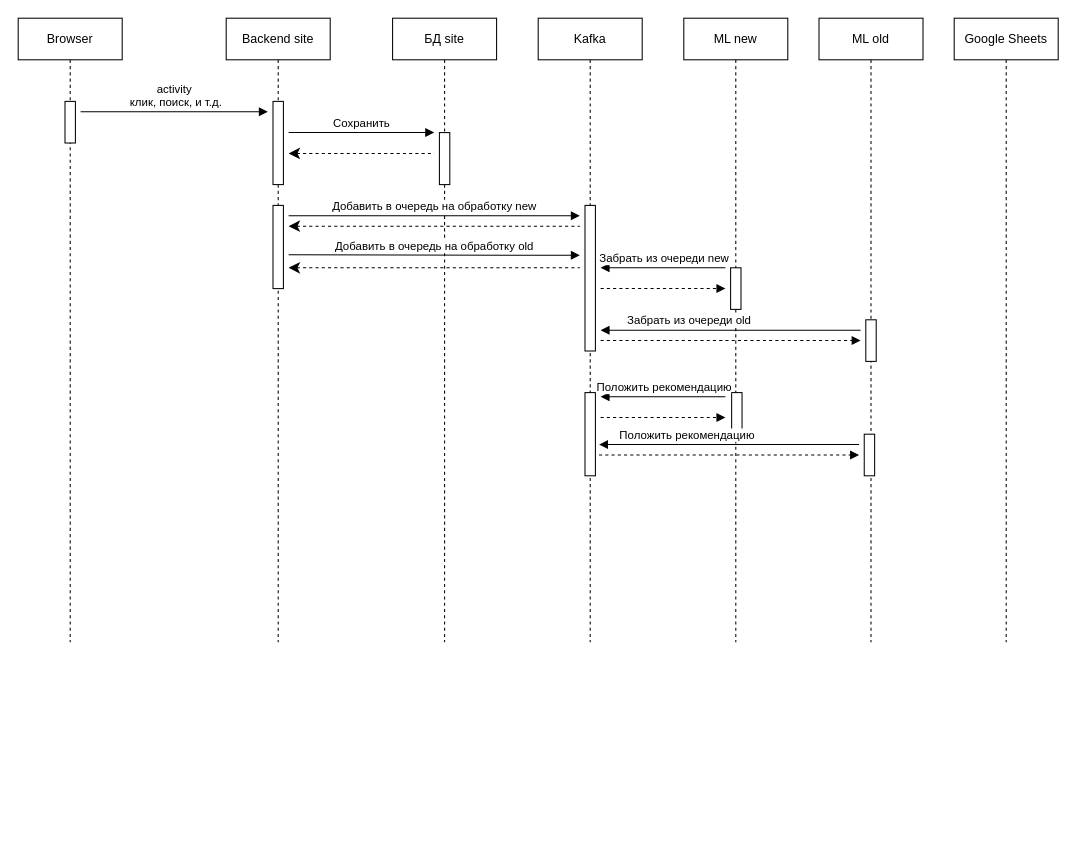
Earlier version of the draw.io diagram Диаграмма без названия.drawio (AleksandrChukhleb/test). Source tidied: cells renumbered, new cells numbered last; positions are measured from the earlier drawing's top-left corner, leaving out a move shared by most shapes. Both pictures are drawn from the tidied source at 104%, with x=0, y=0 at pixel (18, 18).
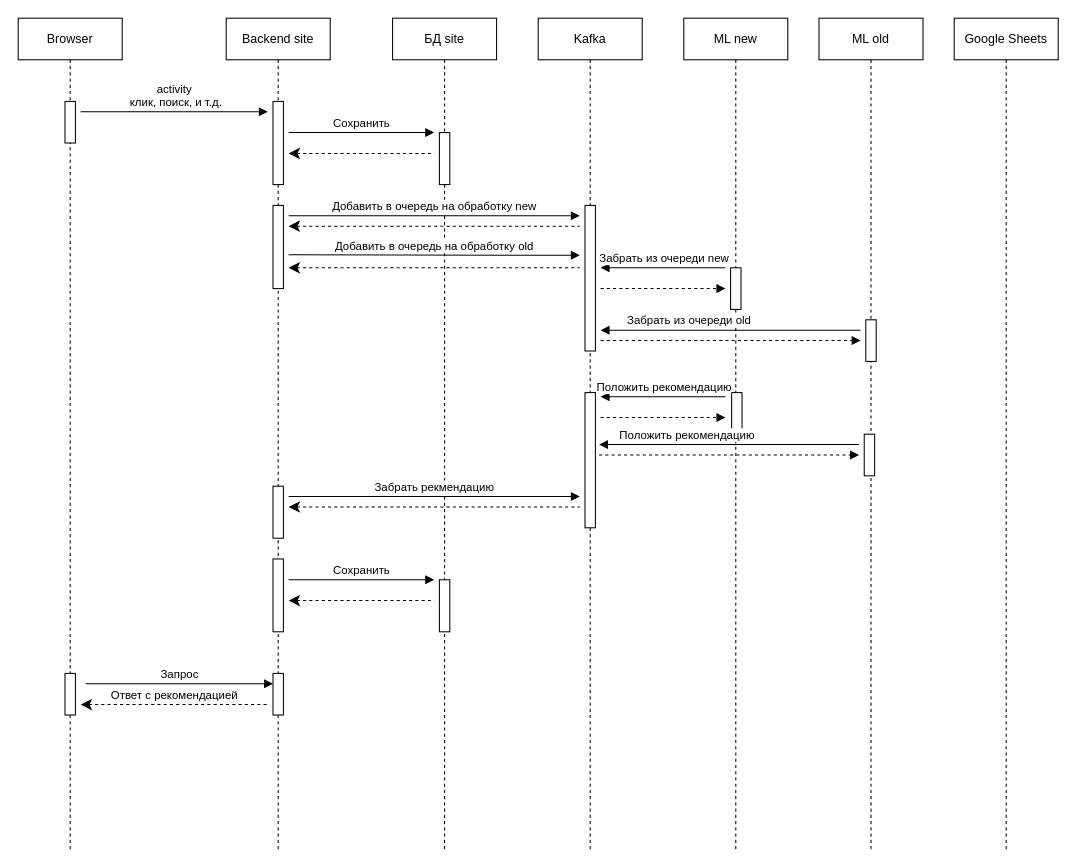
Above is the later version.

Diff of the diagram source:
```diff
@@
+    <mxCell id="11" value="БД site" style="shape=umlLifeline;perimeter=lifelinePerimeter;whiteSpace=wrap;html=1;newEdgeStyle={&quot;curved&quot;:0,&quot;rounded&quot;:0};" parent="1" vertex="1">
+      <mxGeometry x="360" width="100" height="800" as="geometry" />
+    </mxCell>
+    <mxCell id="12" style="html=1;perimeter=orthogonalPerimeter;targetShapes=umlLifeline;newEdgeStyle={&quot;curved&quot;:0,&quot;rounded&quot;:0};" parent="11" vertex="1">
+      <mxGeometry x="45" y="110" width="10" height="50" as="geometry" />
+    </mxCell>
     <mxCell id="2" value="ML old" style="shape=umlLifeline;perimeter=lifelinePerimeter;whiteSpace=wrap;html=1;newEdgeStyle={&quot;curved&quot;:0,&quot;rounded&quot;:0};" parent="1" vertex="1">
-      <mxGeometry x="770" width="100" height="600" as="geometry" />
+      <mxGeometry x="770" width="100" height="800" as="geometry" />
     </mxCell>
@@
     <mxCell id="4" value="Google Sheets" style="shape=umlLifeline;perimeter=lifelinePerimeter;whiteSpace=wrap;html=1;newEdgeStyle={&quot;curved&quot;:0,&quot;rounded&quot;:0};" parent="1" vertex="1">
-      <mxGeometry x="900" width="100" height="600" as="geometry" />
+      <mxGeometry x="900" width="100" height="800" as="geometry" />
     </mxCell>
     <mxCell id="5" value="Browser" style="shape=umlLifeline;perimeter=lifelinePerimeter;whiteSpace=wrap;html=1;newEdgeStyle={&quot;curved&quot;:0,&quot;rounded&quot;:0};" parent="1" vertex="1">
-      <mxGeometry width="100" height="600" as="geometry" />
+      <mxGeometry width="100" height="800" as="geometry" />
     </mxCell>
@@
+    <mxCell id="38" style="html=1;perimeter=orthogonalPerimeter;targetShapes=umlLifeline;newEdgeStyle={&quot;curved&quot;:0,&quot;rounded&quot;:0};" parent="5" vertex="1">
+      <mxGeometry x="45" y="630" width="10" height="40" as="geometry" />
+    </mxCell>
+    <mxCell id="39" value="Запрос" style="html=1;verticalAlign=bottom;startArrow=none;startFill=0;endArrow=block;startSize=8;curved=0;rounded=0;" parent="5" edge="1">
+      <mxGeometry relative="1" as="geometry">
+        <mxPoint x="65" y="640" as="sourcePoint" />
+        <mxPoint x="245" y="640" as="targetPoint" />
+      </mxGeometry>
+    </mxCell>
     <mxCell id="7" value="Backend site" style="shape=umlLifeline;perimeter=lifelinePerimeter;whiteSpace=wrap;html=1;newEdgeStyle={&quot;curved&quot;:0,&quot;rounded&quot;:0};" parent="1" vertex="1">
-      <mxGeometry x="200" width="100" height="600" as="geometry" />
+      <mxGeometry x="200" width="100" height="800" as="geometry" />
     </mxCell>
@@
+    <mxCell id="40" style="html=1;perimeter=orthogonalPerimeter;targetShapes=umlLifeline;newEdgeStyle={&quot;curved&quot;:0,&quot;rounded&quot;:0};" parent="7" vertex="1">
+      <mxGeometry x="45" y="450" width="10" height="50" as="geometry" />
+    </mxCell>
+    <mxCell id="41" value="Забрать рекмендацию" style="html=1;verticalAlign=bottom;startArrow=none;startFill=0;endArrow=block;startSize=8;curved=0;rounded=0;" parent="7" edge="1">
+      <mxGeometry relative="1" as="geometry">
+        <mxPoint x="60" y="460" as="sourcePoint" />
+        <mxPoint x="340" y="460" as="targetPoint" />
+      </mxGeometry>
+    </mxCell>
+    <mxCell id="42" style="html=1;verticalAlign=bottom;startArrow=classic;startFill=1;endArrow=none;startSize=8;curved=0;rounded=0;endFill=0;dashed=1;" parent="7" edge="1">
+      <mxGeometry relative="1" as="geometry">
+        <mxPoint x="60" y="470" as="sourcePoint" />
+        <mxPoint x="340" y="470" as="targetPoint" />
+      </mxGeometry>
+    </mxCell>
+    <mxCell id="43" style="html=1;perimeter=orthogonalPerimeter;targetShapes=umlLifeline;newEdgeStyle={&quot;curved&quot;:0,&quot;rounded&quot;:0};" parent="7" vertex="1">
+      <mxGeometry x="45" y="520" width="10" height="70" as="geometry" />
+    </mxCell>
+    <mxCell id="44" style="html=1;perimeter=orthogonalPerimeter;targetShapes=umlLifeline;newEdgeStyle={&quot;curved&quot;:0,&quot;rounded&quot;:0};" parent="7" vertex="1">
+      <mxGeometry x="205" y="540" width="10" height="50" as="geometry" />
+    </mxCell>
+    <mxCell id="45" value="Сохранить" style="html=1;verticalAlign=bottom;startArrow=none;startFill=0;endArrow=block;startSize=8;curved=0;rounded=0;" parent="7" edge="1">
+      <mxGeometry relative="1" as="geometry">
+        <mxPoint x="60" y="540" as="sourcePoint" />
+        <mxPoint x="200" y="540" as="targetPoint" />
+      </mxGeometry>
+    </mxCell>
+    <mxCell id="46" style="html=1;verticalAlign=bottom;startArrow=classic;startFill=1;endArrow=none;startSize=8;curved=0;rounded=0;endFill=0;dashed=1;" parent="7" edge="1">
+      <mxGeometry relative="1" as="geometry">
+        <mxPoint x="60" y="560" as="sourcePoint" />
+        <mxPoint x="200" y="560" as="targetPoint" />
+      </mxGeometry>
+    </mxCell>
+    <mxCell id="47" style="html=1;perimeter=orthogonalPerimeter;targetShapes=umlLifeline;newEdgeStyle={&quot;curved&quot;:0,&quot;rounded&quot;:0};" parent="7" vertex="1">
+      <mxGeometry x="45" y="630" width="10" height="40" as="geometry" />
+    </mxCell>
@@
-    <mxCell id="11" value="БД site" style="shape=umlLifeline;perimeter=lifelinePerimeter;whiteSpace=wrap;html=1;newEdgeStyle={&quot;curved&quot;:0,&quot;rounded&quot;:0};" parent="1" vertex="1">
-      <mxGeometry x="360" width="100" height="600" as="geometry" />
-    </mxCell>
-    <mxCell id="12" style="html=1;perimeter=orthogonalPerimeter;targetShapes=umlLifeline;newEdgeStyle={&quot;curved&quot;:0,&quot;rounded&quot;:0};" parent="11" vertex="1">
-      <mxGeometry x="45" y="110" width="10" height="50" as="geometry" />
-    </mxCell>
@@
     <mxCell id="15" value="ML new" style="shape=umlLifeline;perimeter=lifelinePerimeter;whiteSpace=wrap;html=1;newEdgeStyle={&quot;curved&quot;:0,&quot;rounded&quot;:0};" parent="1" vertex="1">
-      <mxGeometry x="640" width="100" height="600" as="geometry" />
+      <mxGeometry x="640" width="100" height="800" as="geometry" />
     </mxCell>
@@
     <mxCell id="22" value="Kafka" style="shape=umlLifeline;perimeter=lifelinePerimeter;whiteSpace=wrap;html=1;newEdgeStyle={&quot;curved&quot;:0,&quot;rounded&quot;:0};" parent="1" vertex="1">
-      <mxGeometry x="500" width="100" height="600" as="geometry" />
+      <mxGeometry x="500" width="100" height="800" as="geometry" />
     </mxCell>
@@
     <mxCell id="24" style="html=1;perimeter=orthogonalPerimeter;targetShapes=umlLifeline;newEdgeStyle={&quot;curved&quot;:0,&quot;rounded&quot;:0};" parent="22" vertex="1">
-      <mxGeometry x="45" y="360" width="10" height="80" as="geometry" />
+      <mxGeometry x="45" y="360" width="10" height="130" as="geometry" />
     </mxCell>
@@
+    <mxCell id="48" value="Ответ с рекомендацией" style="html=1;verticalAlign=bottom;startArrow=classic;startFill=1;endArrow=none;startSize=8;curved=0;rounded=0;dashed=1;endFill=0;" parent="1" edge="1">
+      <mxGeometry relative="1" as="geometry">
+        <mxPoint x="60" y="660" as="sourcePoint" />
+        <mxPoint x="240" y="660" as="targetPoint" />
+      </mxGeometry>
+    </mxCell>
```
